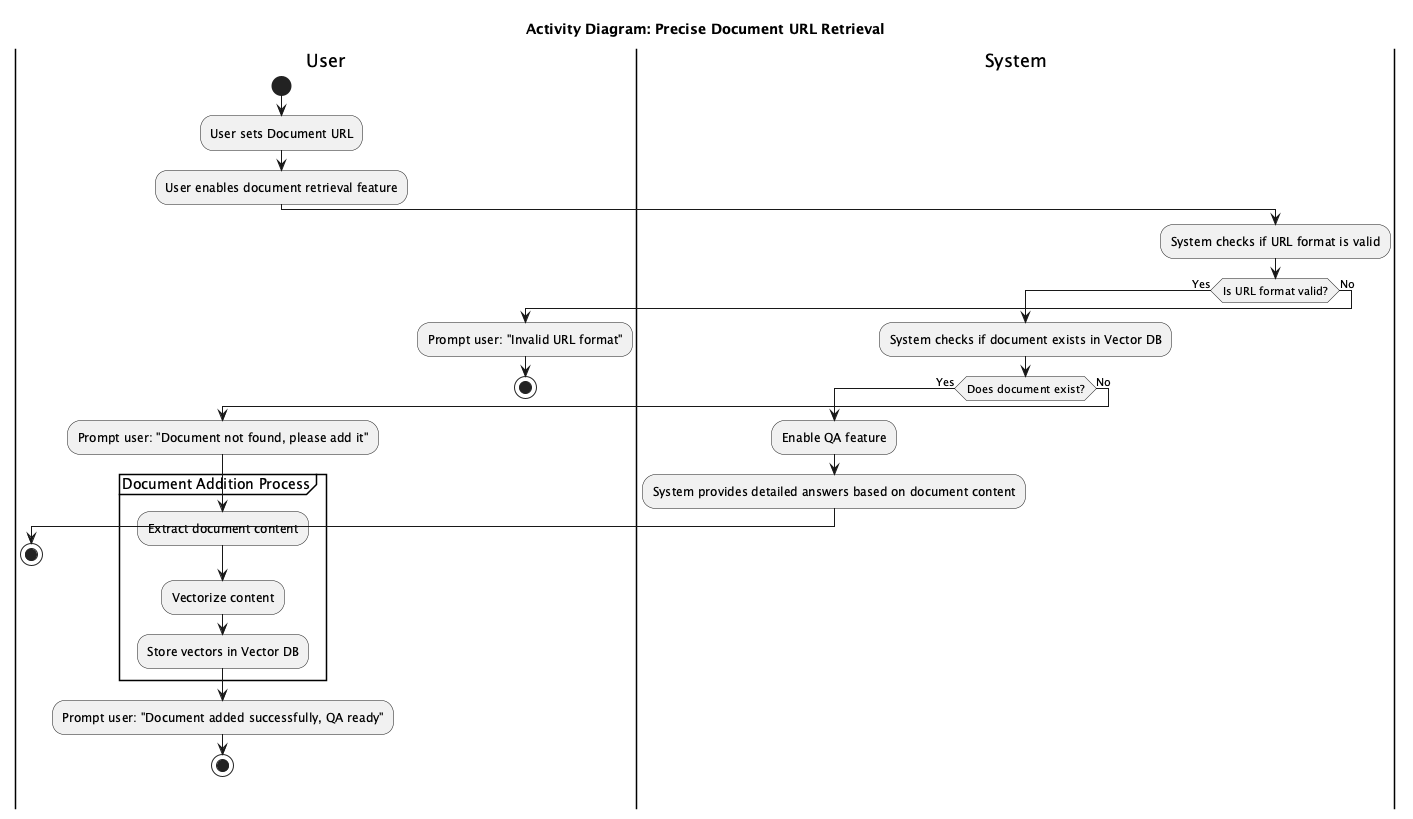
Above: latex/UML/Activity/Precise-Document-URL-Retrieval.png in stepbystepcode/CodeWay (PlantUML), before the change.
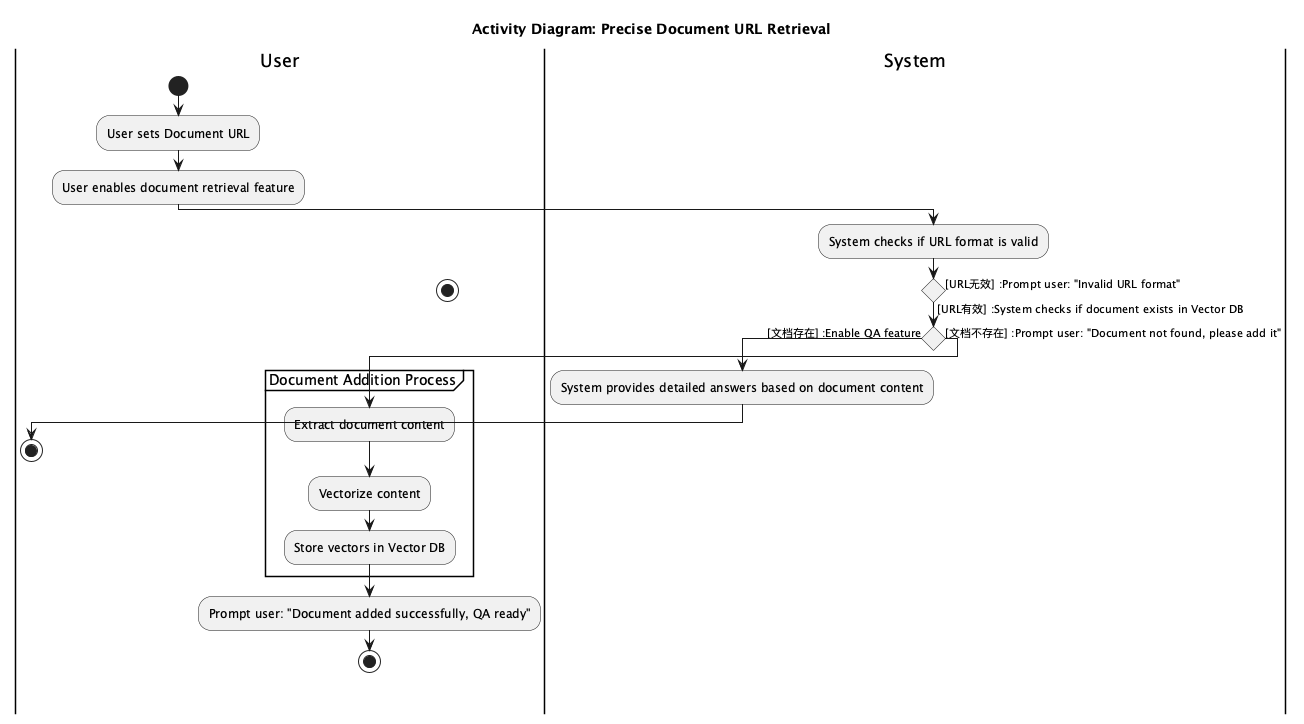
The same diagram one commit later.

The edit, as a diff of the source:
```diff
@@ -8,16 +8,16 @@
 
 |System|
 :System checks if URL format is valid;
-if (Is URL format valid?) then (Yes)
-  :System checks if document exists in Vector DB;
-  if (Does document exist?) then (Yes)
-    :Enable QA feature;
+if () then
+  ->[URL有效] :System checks if document exists in Vector DB;
+  if () then
+    ->[文档存在] :Enable QA feature;
     :System provides detailed answers based on document content;
 
     |User|
     stop
-  else (No)
-    :Prompt user: "Document not found, please add it";
+  else
+    ->[文档不存在] :Prompt user: "Document not found, please add it";
     partition Document Addition Process {
       :Extract document content;
       :Vectorize content;
@@ -28,8 +28,8 @@
     |User|
     stop
   endif
-else (No)
-  :Prompt user: "Invalid URL format";
+else
+  ->[URL无效] :Prompt user: "Invalid URL format";
 
   |User|
   stop
```
